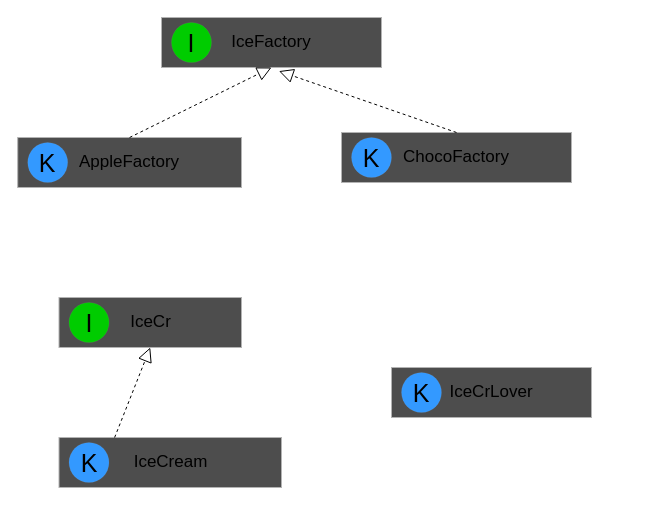
Before: src/main/java/com/splab/patterns/creationPatterns/abstrFactory/abstF.drawio in Sava175/SpLab, a draw.io diagram. Source tidied: cells renumbered, new cells numbered last; positions are measured from the earlier drawing's top-left corner, leaving out a move shared by most shapes. Both pictures are drawn from the tidied source at 100%, with x=0, y=0 at pixel (17, 17).
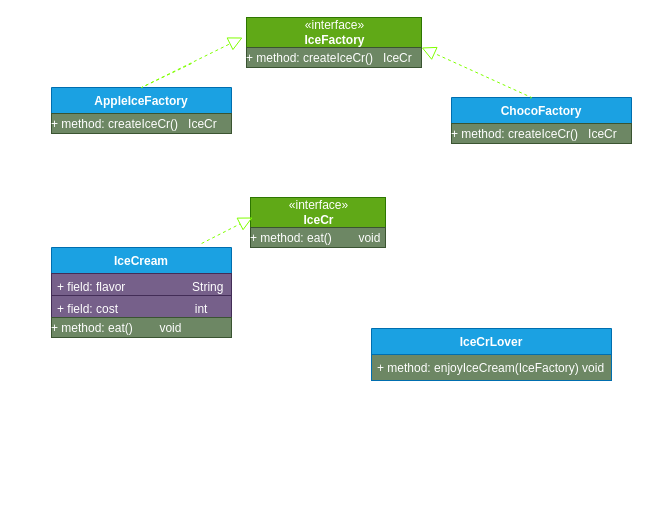
Above is the later version.

Diff of the diagram source:
```diff
@@
-    <mxCell id="2" value="&lt;font style=&quot;font-size: 17px;&quot;&gt;IceFactory&lt;/font&gt;" style="rounded=0;whiteSpace=wrap;html=1;fillColor=#4D4D4D;align=center;strokeColor=#B3B3B3;" parent="1" vertex="1">
-      <mxGeometry x="144" width="220" height="50" as="geometry" />
-    </mxCell>
-    <mxCell id="3" value="I" style="ellipse;whiteSpace=wrap;html=1;strokeColor=#B3B3B3;strokeWidth=0;fontSize=25;fontColor=#000000;fillColor=#00CC00;" parent="1" vertex="1">
-      <mxGeometry x="154" y="5" width="40" height="40" as="geometry" />
-    </mxCell>
-    <mxCell id="4" value="&lt;font style=&quot;font-size: 17px;&quot;&gt;IceCr&lt;/font&gt;" style="rounded=0;whiteSpace=wrap;html=1;fillColor=#4D4D4D;align=center;strokeColor=#B3B3B3;" parent="1" vertex="1">
-      <mxGeometry x="41.5" y="280" width="182.5" height="50" as="geometry" />
-    </mxCell>
-    <mxCell id="5" value="I" style="ellipse;whiteSpace=wrap;html=1;strokeColor=#B3B3B3;strokeWidth=0;fontSize=25;fontColor=#000000;fillColor=#00CC00;" parent="1" vertex="1">
-      <mxGeometry x="51.5" y="285" width="40" height="40" as="geometry" />
-    </mxCell>
-    <mxCell id="6" value="&lt;span style=&quot;font-size: 17px;&quot;&gt;AppleFactory&lt;/span&gt;" style="rounded=0;whiteSpace=wrap;html=1;fillColor=#4D4D4D;align=center;strokeColor=#B3B3B3;" parent="1" vertex="1">
-      <mxGeometry x="0.2" y="120" width="223.8" height="50" as="geometry" />
-    </mxCell>
-    <mxCell id="7" value="K" style="ellipse;whiteSpace=wrap;html=1;strokeColor=#B3B3B3;strokeWidth=0;fontSize=25;fontColor=#000000;fillColor=#3399FF;" parent="1" vertex="1">
-      <mxGeometry x="10.2" y="125" width="40" height="40" as="geometry" />
-    </mxCell>
+    <mxCell id="17" value="«interface»&lt;br&gt;&lt;b&gt;IceFactory&lt;/b&gt;" style="html=1;fillColor=#60a917;fontColor=#ffffff;strokeColor=#2D7600;" parent="1" vertex="1">
+      <mxGeometry x="229" width="175" height="30" as="geometry" />
+    </mxCell>
+    <mxCell id="18" value="&lt;p style=&quot;margin: 4px 0px 0px;&quot;&gt;+ method: createIceCr()&amp;nbsp; &amp;nbsp;IceCr&lt;br&gt;&lt;br&gt;&lt;/p&gt;" style="verticalAlign=top;align=left;overflow=fill;fontSize=12;fontFamily=Helvetica;html=1;fillColor=#6d8764;fontColor=#ffffff;strokeColor=#3A5431;" parent="1" vertex="1">
+      <mxGeometry x="229" y="30" width="175" height="20" as="geometry" />
+    </mxCell>
+    <mxCell id="19" value="AppleIceFactory" style="swimlane;fontStyle=1;align=center;verticalAlign=top;horizontal=1;startSize=26;fillColor=#1ba1e2;fontColor=#ffffff;strokeColor=#006EAF;" parent="1" vertex="1">
+      <mxGeometry x="34" y="70" width="180" height="46" as="geometry" />
+    </mxCell>
+    <mxCell id="20" value="&lt;p style=&quot;margin: 4px 0px 0px;&quot;&gt;+ method: createIceCr()&amp;nbsp; &amp;nbsp;IceCr&lt;br&gt;&lt;br&gt;&lt;/p&gt;" style="verticalAlign=top;align=left;overflow=fill;fontSize=12;fontFamily=Helvetica;html=1;fillColor=#6d8764;fontColor=#ffffff;strokeColor=#3A5431;" parent="19" vertex="1">
+      <mxGeometry y="26" width="180" height="20" as="geometry" />
+    </mxCell>
-    <mxCell id="8" value="&lt;font style=&quot;font-size: 17px;&quot;&gt;ChocoFactory&lt;/font&gt;" style="rounded=0;whiteSpace=wrap;html=1;fillColor=#4D4D4D;align=center;strokeColor=#B3B3B3;" parent="1" vertex="1">
-      <mxGeometry x="324" y="115" width="230" height="50" as="geometry" />
+    <mxCell id="8" value="ChocoFactory" style="swimlane;fontStyle=1;align=center;verticalAlign=top;horizontal=1;startSize=26;fillColor=#1ba1e2;fontColor=#ffffff;strokeColor=#006EAF;" parent="1" vertex="1">
+      <mxGeometry x="434" y="80" width="180" height="46" as="geometry" />
     </mxCell>
-    <mxCell id="9" value="K" style="ellipse;whiteSpace=wrap;html=1;strokeColor=#B3B3B3;strokeWidth=0;fontSize=25;fontColor=#000000;fillColor=#3399FF;" parent="1" vertex="1">
-      <mxGeometry x="334" y="120" width="40" height="40" as="geometry" />
-    </mxCell>
+    <mxCell id="21" value="&lt;p style=&quot;margin: 4px 0px 0px;&quot;&gt;+ method: createIceCr()&amp;nbsp; &amp;nbsp;IceCr&lt;br&gt;&lt;br&gt;&lt;/p&gt;" style="verticalAlign=top;align=left;overflow=fill;fontSize=12;fontFamily=Helvetica;html=1;fillColor=#6d8764;fontColor=#ffffff;strokeColor=#3A5431;" parent="8" vertex="1">
+      <mxGeometry y="26" width="180" height="20" as="geometry" />
+    </mxCell>
+    <mxCell id="22" style="endArrow=block;dashed=1;endFill=0;endSize=12;html=1;rounded=0;fillColor=#60a917;strokeColor=#80FF00;" parent="1" edge="1">
+      <mxGeometry relative="1" as="geometry">
+        <mxPoint x="174.1" y="46" as="sourcePoint" />
+        <mxPoint x="225.2" y="20" as="targetPoint" />
+        <Array as="points">
+          <mxPoint x="174" y="46.4" />
+          <mxPoint x="124" y="70" />
+        </Array>
+      </mxGeometry>
+    </mxCell>
+    <mxCell id="23" style="endArrow=block;dashed=1;endFill=0;endSize=12;html=1;rounded=0;fillColor=#60a917;strokeColor=#80FF00;exitX=0.44;exitY=0.022;exitDx=0;exitDy=0;exitPerimeter=0;" parent="1" edge="1" source="8">
+      <mxGeometry relative="1" as="geometry">
+        <mxPoint x="404" y="30" as="targetPoint" />
+        <Array as="points">
+          <mxPoint x="514" y="80" />
+        </Array>
+      </mxGeometry>
+    </mxCell>
+    <mxCell id="24" value="«interface»&lt;br&gt;&lt;b&gt;IceCr&lt;/b&gt;" style="html=1;fillColor=#60a917;fontColor=#ffffff;strokeColor=#2D7600;" parent="1" vertex="1">
+      <mxGeometry x="233" y="180" width="135" height="30" as="geometry" />
+    </mxCell>
+    <mxCell id="25" value="&lt;p style=&quot;margin: 4px 0px 0px;&quot;&gt;+ method: eat()&amp;nbsp; &amp;nbsp; &amp;nbsp; &amp;nbsp; void&lt;br&gt;&lt;br&gt;&lt;/p&gt;" style="verticalAlign=top;align=left;overflow=fill;fontSize=12;fontFamily=Helvetica;html=1;fillColor=#6d8764;fontColor=#ffffff;strokeColor=#3A5431;" parent="1" vertex="1">
+      <mxGeometry x="233" y="210" width="135" height="20" as="geometry" />
+    </mxCell>
-    <mxCell id="10" value="&lt;font style=&quot;font-size: 17px;&quot;&gt;IceCream&lt;/font&gt;" style="rounded=0;whiteSpace=wrap;html=1;fillColor=#4D4D4D;align=center;strokeColor=#B3B3B3;" parent="1" vertex="1">
-      <mxGeometry x="41.5" y="420" width="222.5" height="50" as="geometry" />
+    <mxCell id="10" value="IceCream" style="swimlane;fontStyle=1;align=center;verticalAlign=top;horizontal=1;startSize=26;fillColor=#1ba1e2;fontColor=#ffffff;strokeColor=#006EAF;" parent="1" vertex="1">
+      <mxGeometry x="34" y="230" width="180" height="70" as="geometry" />
     </mxCell>
-    <mxCell id="11" value="K" style="ellipse;whiteSpace=wrap;html=1;strokeColor=#B3B3B3;strokeWidth=0;fontSize=25;fontColor=#000000;fillColor=#3399FF;" parent="1" vertex="1">
-      <mxGeometry x="51.5" y="425" width="40" height="40" as="geometry" />
-    </mxCell>
+    <mxCell id="26" value="+ field: flavor                    String" style="text;strokeColor=#432D57;fillColor=#76608a;align=left;verticalAlign=top;spacingLeft=4;spacingRight=4;overflow=hidden;fontColor=#ffffff;" parent="10" vertex="1">
+      <mxGeometry y="26" width="180" height="22" as="geometry" />
+    </mxCell>
+    <mxCell id="27" value="+ field: cost                       int" style="text;strokeColor=#432D57;fillColor=#76608a;align=left;verticalAlign=top;spacingLeft=4;spacingRight=4;overflow=hidden;fontColor=#ffffff;" parent="10" vertex="1">
+      <mxGeometry y="48" width="180" height="22" as="geometry" />
+    </mxCell>
-    <mxCell id="12" value="&lt;font style=&quot;font-size: 17px;&quot;&gt;IceCrLover&lt;/font&gt;" style="rounded=0;whiteSpace=wrap;html=1;fillColor=#4D4D4D;align=center;strokeColor=#B3B3B3;" parent="1" vertex="1">
-      <mxGeometry x="374" y="350" width="200" height="50" as="geometry" />
+    <mxCell id="12" value="IceCrLover" style="swimlane;fontStyle=1;align=center;verticalAlign=top;horizontal=1;startSize=26;fillColor=#1ba1e2;fontColor=#ffffff;strokeColor=#006EAF;" parent="1" vertex="1">
+      <mxGeometry x="354" y="311" width="240" height="52" as="geometry" />
     </mxCell>
-    <mxCell id="13" value="K" style="ellipse;whiteSpace=wrap;html=1;strokeColor=#B3B3B3;strokeWidth=0;fontSize=25;fontColor=#000000;fillColor=#3399FF;" parent="1" vertex="1">
-      <mxGeometry x="384" y="355" width="40" height="40" as="geometry" />
-    </mxCell>
-    <mxCell id="14" style="endArrow=block;dashed=1;endFill=0;endSize=12;html=1;rounded=0;entryX=0.5;entryY=1;entryDx=0;entryDy=0;exitX=0.5;exitY=0;exitDx=0;exitDy=0;" parent="1" edge="1" source="6" target="2">
-      <mxGeometry relative="1" as="geometry" />
-    </mxCell>
-    <mxCell id="15" style="endArrow=block;dashed=1;endFill=0;endSize=12;html=1;rounded=0;entryX=0.534;entryY=1.072;entryDx=0;entryDy=0;entryPerimeter=0;exitX=0.5;exitY=0;exitDx=0;exitDy=0;" parent="1" edge="1" source="8" target="2">
-      <mxGeometry relative="1" as="geometry" />
-    </mxCell>
-    <mxCell id="16" style="endArrow=block;dashed=1;endFill=0;endSize=12;html=1;rounded=0;entryX=0.5;entryY=1;entryDx=0;entryDy=0;exitX=0.25;exitY=0;exitDx=0;exitDy=0;" parent="1" edge="1" source="10" target="4">
-      <mxGeometry relative="1" as="geometry" />
-    </mxCell>
+    <mxCell id="28" value="+ method: enjoyIceCream(IceFactory) void" style="text;strokeColor=#006EAF;fillColor=#6D8764;align=left;verticalAlign=top;spacingLeft=4;spacingRight=4;overflow=hidden;fontColor=#FFFFFF;" parent="12" vertex="1">
+      <mxGeometry y="26" width="240" height="26" as="geometry" />
+    </mxCell>
+    <mxCell id="29" style="endArrow=block;dashed=1;endFill=0;endSize=12;html=1;rounded=0;fillColor=#60a917;strokeColor=#80FF00;" parent="1" edge="1">
+      <mxGeometry relative="1" as="geometry">
+        <mxPoint x="184.1" y="226" as="sourcePoint" />
+        <mxPoint x="235.2" y="200" as="targetPoint" />
+        <Array as="points">
+          <mxPoint x="184" y="226.4" />
+        </Array>
+      </mxGeometry>
+    </mxCell>
+    <mxCell id="30" value="&lt;p style=&quot;margin: 4px 0px 0px;&quot;&gt;+ method: eat()&amp;nbsp; &amp;nbsp; &amp;nbsp; &amp;nbsp; void&lt;br&gt;&lt;br&gt;&lt;/p&gt;" style="verticalAlign=top;align=left;overflow=fill;fontSize=12;fontFamily=Helvetica;html=1;fillColor=#6d8764;fontColor=#ffffff;strokeColor=#3A5431;" parent="1" vertex="1">
+      <mxGeometry x="34" y="300" width="180" height="20" as="geometry" />
+    </mxCell>
```
